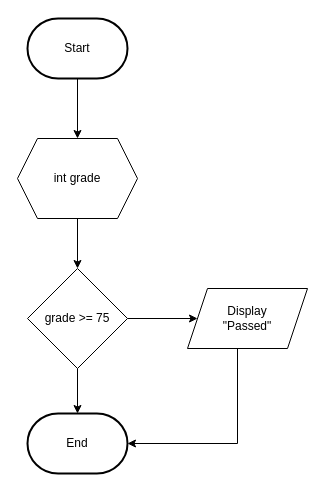
This is page "If" (1 of 6) of Flowchart_PendaModul2.drawio from elikawicaksana/BuildIT_BasisData, a draw.io file, before an edit. Source tidied: cells renumbered, new cells numbered last; positions are measured from the earlier drawing's top-left corner, leaving out a move shared by most shapes. Both pictures are drawn from the tidied source at 100%, with x=0, y=0 at pixel (17, 18).
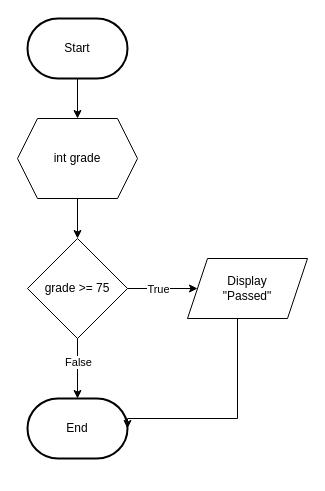
The same diagram, later.

The edit, as a diff of the source:
```diff
@@
 <mxGraphModel>
   <root>
     <mxCell id="0" />
     <mxCell id="1" parent="0" />
     <mxCell id="2" style="edgeStyle=orthogonalEdgeStyle;rounded=0;jettySize=auto;html=1;entryX=0.5;entryY=0;entryDx=0;entryDy=0;" parent="1" edge="1" source="3" target="6">
       <mxGeometry relative="1" as="geometry" />
     </mxCell>
     <mxCell id="3" value="Start" style="strokeWidth=2;html=1;shape=mxgraph.flowchart.terminator;whiteSpace=wrap;" parent="1" vertex="1">
       <mxGeometry x="10" width="100" height="60" as="geometry" />
     </mxCell>
     <mxCell id="4" value="End" style="strokeWidth=2;html=1;shape=mxgraph.flowchart.terminator;whiteSpace=wrap;" parent="1" vertex="1">
-      <mxGeometry x="10" y="395" width="100" height="60" as="geometry" />
+      <mxGeometry x="10" y="380" width="100" height="60" as="geometry" />
     </mxCell>
     <mxCell id="5" style="edgeStyle=orthogonalEdgeStyle;rounded=0;jettySize=auto;html=1;entryX=0.5;entryY=0;entryDx=0;entryDy=0;" parent="1" edge="1" source="6" target="8">
       <mxGeometry relative="1" as="geometry" />
     </mxCell>
     <mxCell id="6" value="int grade" style="shape=hexagon;perimeter=hexagonPerimeter2;whiteSpace=wrap;html=1;fixedSize=1;" parent="1" vertex="1">
-      <mxGeometry y="120" width="120" height="80" as="geometry" />
+      <mxGeometry y="100" width="120" height="80" as="geometry" />
     </mxCell>
     <mxCell id="7" style="edgeStyle=orthogonalEdgeStyle;rounded=0;jettySize=auto;html=1;" parent="1" edge="1" source="8" target="10">
       <mxGeometry relative="1" as="geometry" />
     </mxCell>
+    <mxCell id="12" value="True" style="edgeLabel;html=1;align=center;verticalAlign=middle;" parent="7" vertex="1">
+      <mxGeometry x="-0.13" relative="1" as="geometry" />
+    </mxCell>
     <mxCell id="8" value="grade &amp;gt;= 75" style="rhombus;whiteSpace=wrap;html=1;" parent="1" vertex="1">
-      <mxGeometry x="10" y="250" width="100" height="100" as="geometry" />
+      <mxGeometry x="10" y="220" width="100" height="100" as="geometry" />
     </mxCell>
     <mxCell id="9" style="edgeStyle=orthogonalEdgeStyle;rounded=0;jettySize=auto;html=1;entryX=0.5;entryY=0;entryDx=0;entryDy=0;entryPerimeter=0;" parent="1" edge="1" source="8" target="4">
       <mxGeometry relative="1" as="geometry" />
     </mxCell>
+    <mxCell id="13" value="False" style="edgeLabel;html=1;align=center;verticalAlign=middle;" parent="9" vertex="1">
+      <mxGeometry x="-0.24" relative="1" as="geometry" />
+    </mxCell>
     <mxCell id="10" value="Display&lt;div&gt;&quot;Passed&quot;&lt;/div&gt;" style="shape=parallelogram;perimeter=parallelogramPerimeter;whiteSpace=wrap;html=1;fixedSize=1;" parent="1" vertex="1">
-      <mxGeometry x="170" y="270" width="120" height="60" as="geometry" />
+      <mxGeometry x="170" y="240" width="120" height="60" as="geometry" />
     </mxCell>
     <mxCell id="11" style="edgeStyle=orthogonalEdgeStyle;rounded=0;jettySize=auto;html=1;entryX=1;entryY=0.5;entryDx=0;entryDy=0;entryPerimeter=0;" parent="1" edge="1" source="10" target="4">
       <mxGeometry relative="1" as="geometry">
         <Array as="points">
-          <mxPoint x="220" y="425" />
+          <mxPoint x="220" y="400" />
+          <mxPoint x="110" y="400" />
         </Array>
       </mxGeometry>
     </mxCell>
   </root>
 </mxGraphModel>
```
